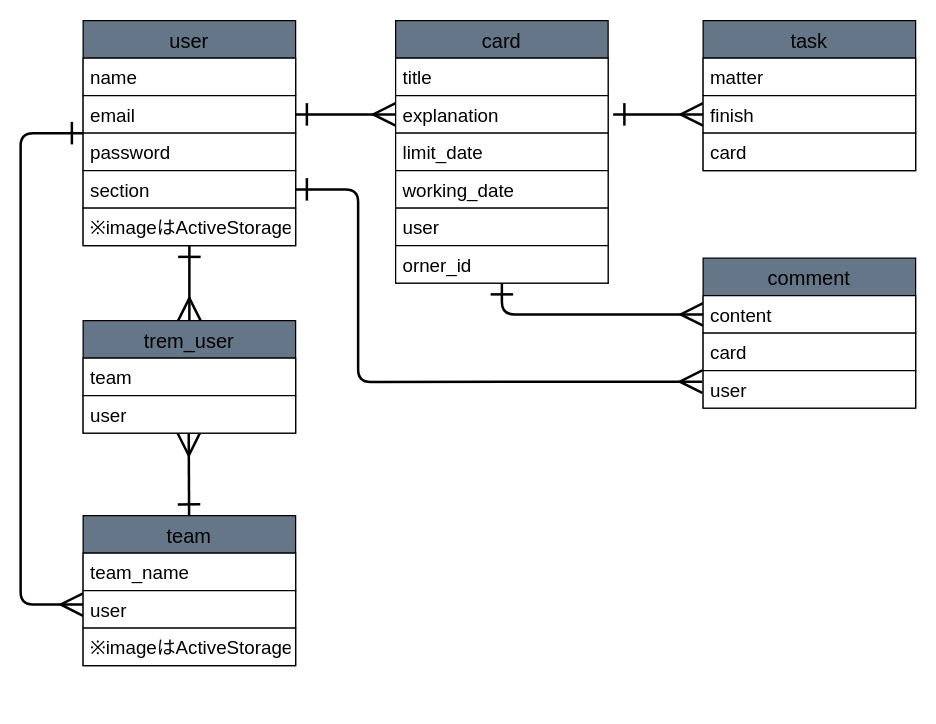
The draw.io diagram todo_er.dio in yamachan32/todo, before the edit. Source tidied: cells renumbered, new cells numbered last; positions are measured from the earlier drawing's top-left corner, leaving out a move shared by most shapes. Both pictures are drawn from the tidied source at 125%, with x=0, y=0 at pixel (20, 20).
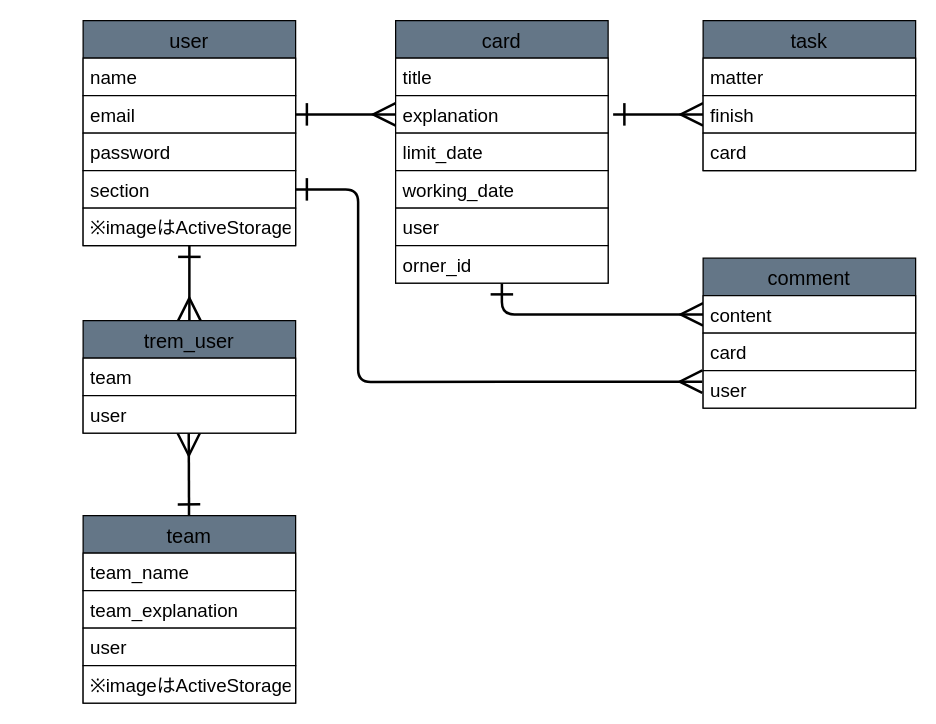
The same page after the edit.

The change refers to these unchanged cells:
```xml
<mxCell id="5" value="user" style="swimlane;fontStyle=0;horizontal=1;startSize=30;fillColor=#647687;fontColor=#000000;strokeColor=#000000;fontSize=16;" parent="1" vertex="1">
  <mxGeometry x="50" width="170" height="180" as="geometry" />
</mxCell>
```

Diff of the diagram source:
```diff
@@
-    <mxCell id="3" style="edgeStyle=none;html=1;entryX=0;entryY=0.371;entryDx=0;entryDy=0;fontSize=15;fontColor=#000000;startArrow=ERone;startFill=0;endArrow=ERmany;endFill=0;startSize=15;endSize=15;strokeColor=#000000;strokeWidth=2;entryPerimeter=0;" parent="1" edge="1" source="5" target="14">
-      <mxGeometry relative="1" as="geometry">
-        <Array as="points">
-          <mxPoint y="90" />
-          <mxPoint y="467" />
-        </Array>
-      </mxGeometry>
-    </mxCell>
@@
     <mxCell id="12" value="team" style="swimlane;fontStyle=0;horizontal=1;startSize=30;fillColor=#647687;fontColor=#000000;strokeColor=#000000;fontSize=16;" parent="1" vertex="1">
-      <mxGeometry x="50" y="396" width="170" height="120" as="geometry" />
+      <mxGeometry x="50" y="396" width="170" height="150" as="geometry" />
     </mxCell>
@@
+    <mxCell id="37" value="team_explanation" style="text;strokeColor=#000000;fillColor=#FFFFFF;align=left;verticalAlign=middle;spacingLeft=4;spacingRight=4;overflow=hidden;fontSize=15;fontColor=#000000;" parent="12" vertex="1">
+      <mxGeometry y="60" width="170" height="30" as="geometry" />
+    </mxCell>
     <mxCell id="14" value="user" style="text;strokeColor=#000000;fillColor=#FFFFFF;align=left;verticalAlign=middle;spacingLeft=4;spacingRight=4;overflow=hidden;points=[[0,0.5],[1,0.5]];portConstraint=eastwest;fontSize=15;fontColor=#000000;" parent="12" vertex="1">
-      <mxGeometry y="60" width="170" height="30" as="geometry" />
+      <mxGeometry y="90" width="170" height="30" as="geometry" />
     </mxCell>
     <mxCell id="15" value="※imageはActiveStorage" style="text;strokeColor=#000000;fillColor=#FFFFFF;align=left;verticalAlign=middle;spacingLeft=4;spacingRight=4;overflow=hidden;fontSize=15;fontColor=#000000;" parent="12" vertex="1">
-      <mxGeometry y="90" width="170" height="30" as="geometry" />
+      <mxGeometry y="120" width="170" height="30" as="geometry" />
     </mxCell>
```
